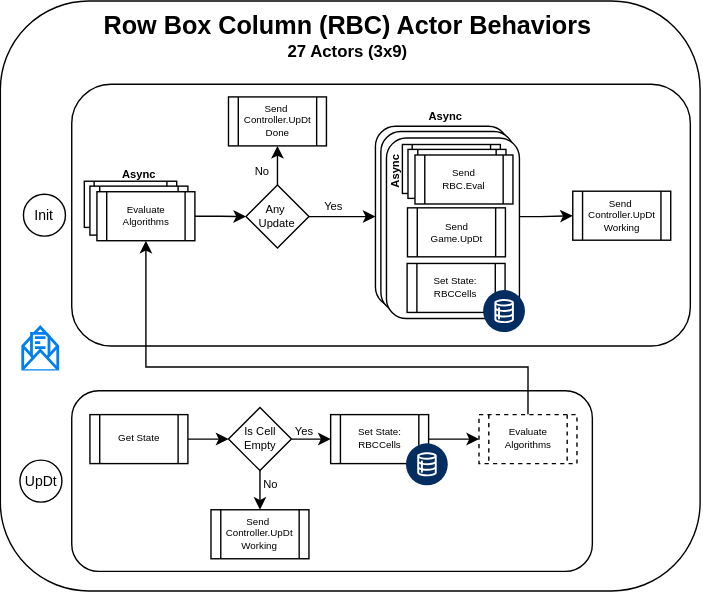
Earlier version of the draw.io export docs/diagrams/RBCActor.svg (sunlao/py_sudoku_solver). Source tidied: cells renumbered, new cells last; positions are measured from the earlier drawing's top-left corner, leaving out a move shared by most shapes.
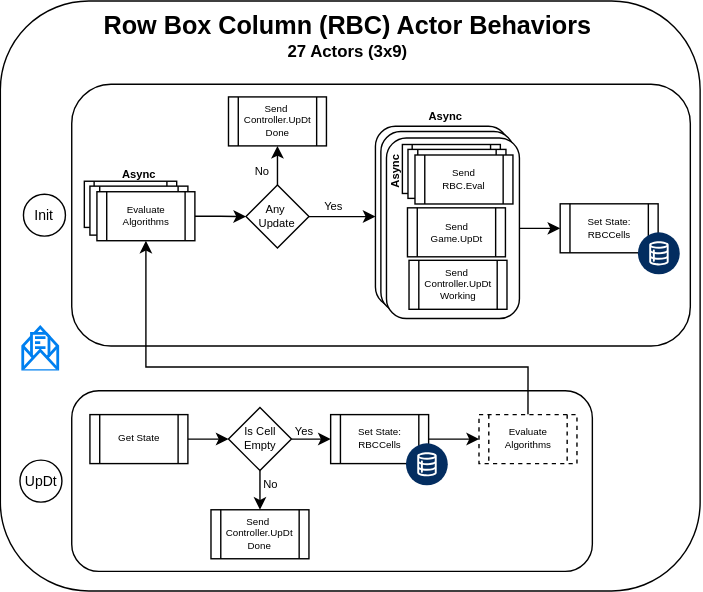
After the change.

Diff of the diagram source:
```diff
@@ -11,15 +11,15 @@
     <mxCell id="4" style="rounded=1;whiteSpace=wrap;html=1;" parent="1" vertex="1">
       <mxGeometry x="51" y="60" width="442" height="187" as="geometry" />
     </mxCell>
-    <mxCell id="5" style="edgeStyle=orthogonalEdgeStyle;rounded=0;jettySize=auto;html=1;" parent="1" edge="1" source="6" target="32">
-      <mxGeometry relative="1" as="geometry" />
-    </mxCell>
     <mxCell id="6" style="rounded=1;whiteSpace=wrap;html=1;" parent="1" vertex="1">
       <mxGeometry x="268" y="90" width="95" height="129" as="geometry" />
     </mxCell>
     <mxCell id="7" style="rounded=1;whiteSpace=wrap;html=1;" parent="1" vertex="1">
       <mxGeometry x="271.9" y="93.8" width="95" height="129" as="geometry" />
     </mxCell>
+    <mxCell id="47" style="edgeStyle=orthogonalEdgeStyle;rounded=0;jettySize=auto;html=1;" parent="1" edge="1" source="8" target="17">
+      <mxGeometry relative="1" as="geometry" />
+    </mxCell>
     <mxCell id="8" style="rounded=1;whiteSpace=wrap;html=1;" parent="1" vertex="1">
       <mxGeometry x="275.9" y="98.4" width="95" height="129" as="geometry" />
     </mxCell>
@@ -48,13 +48,13 @@
       <mxGeometry x="272" y="116" width="20" height="12.5" as="geometry" />
     </mxCell>
     <mxCell id="17" value="Set State:&lt;div&gt;&lt;span style=&quot;background-color: transparent; color: light-dark(rgb(0, 0, 0), rgb(255, 255, 255));&quot;&gt;RBCCells&lt;/span&gt;&lt;/div&gt;" style="shape=process;whiteSpace=wrap;html=1;backgroundOutline=1;fontSize=7;" parent="1" vertex="1">
-      <mxGeometry x="290.6" y="188" width="70" height="35" as="geometry" />
+      <mxGeometry x="400" y="145.4" width="70" height="35" as="geometry" />
     </mxCell>
     <mxCell id="18" value="Send&amp;nbsp;&lt;div&gt;Controller.UpDt&lt;/div&gt;&lt;div&gt;Done&lt;/div&gt;" style="shape=process;whiteSpace=wrap;html=1;backgroundOutline=1;fontSize=7;" parent="1" vertex="1">
       <mxGeometry x="163" y="69" width="70" height="35" as="geometry" />
     </mxCell>
     <mxCell id="19" style="verticalLabelPosition=bottom;html=1;shape=mxgraph.salesforce.data2;fillColorStyles=fillColor2,fillColor3;fillColor2=#032d60;fillColor3=#ffffff;fillColor=none;strokeColor=none;" parent="1" vertex="1">
-      <mxGeometry x="345.4" y="207.5" width="30" height="30" as="geometry" />
+      <mxGeometry x="456" y="166.2" width="30" height="30" as="geometry" />
     </mxCell>
     <mxCell id="20" value="Yes" style="text;html=1;whiteSpace=wrap;strokeColor=none;fillColor=none;align=center;verticalAlign=middle;rounded=0;fontSize=8;" parent="1" vertex="1">
       <mxGeometry x="228.6" y="140.5" width="20" height="12.5" as="geometry" />
@@ -93,7 +93,7 @@
       <mxGeometry x="296.3" y="110.5" width="70" height="35" as="geometry" />
     </mxCell>
     <mxCell id="32" value="Send&amp;nbsp;&lt;div&gt;Controller.UpDt&lt;/div&gt;&lt;div&gt;Working&lt;/div&gt;" style="shape=process;whiteSpace=wrap;html=1;backgroundOutline=1;fontSize=7;" parent="1" vertex="1">
-      <mxGeometry x="409" y="136.4" width="70" height="35" as="geometry" />
+      <mxGeometry x="292" y="185.8" width="70" height="35" as="geometry" />
     </mxCell>
     <mxCell id="33" value="UpDt" style="ellipse;whiteSpace=wrap;html=1;fontSize=10;" parent="1" vertex="1">
       <mxGeometry x="14" y="328.5" width="30" height="30" as="geometry" />
@@ -127,7 +127,7 @@
     <mxCell id="41" value="Set State:&lt;div&gt;&lt;span style=&quot;background-color: transparent; color: light-dark(rgb(0, 0, 0), rgb(255, 255, 255));&quot;&gt;RBCCells&lt;/span&gt;&lt;/div&gt;" style="shape=process;whiteSpace=wrap;html=1;backgroundOutline=1;fontSize=7;" parent="1" vertex="1">
       <mxGeometry x="236" y="296" width="70" height="35" as="geometry" />
     </mxCell>
-    <mxCell id="42" value="Send&amp;nbsp;&lt;div&gt;Controller.UpDt&lt;/div&gt;&lt;div&gt;Working&lt;/div&gt;" style="shape=process;whiteSpace=wrap;html=1;backgroundOutline=1;fontSize=7;" parent="1" vertex="1">
+    <mxCell id="42" value="Send&amp;nbsp;&lt;div&gt;Controller.UpDt&lt;/div&gt;&lt;div&gt;Done&lt;/div&gt;" style="shape=process;whiteSpace=wrap;html=1;backgroundOutline=1;fontSize=7;" parent="1" vertex="1">
       <mxGeometry x="150.5" y="364" width="70" height="35" as="geometry" />
     </mxCell>
     <mxCell id="43" value="No" style="text;html=1;whiteSpace=wrap;strokeColor=none;fillColor=none;align=center;verticalAlign=middle;rounded=0;fontSize=8;" parent="1" vertex="1">
```
